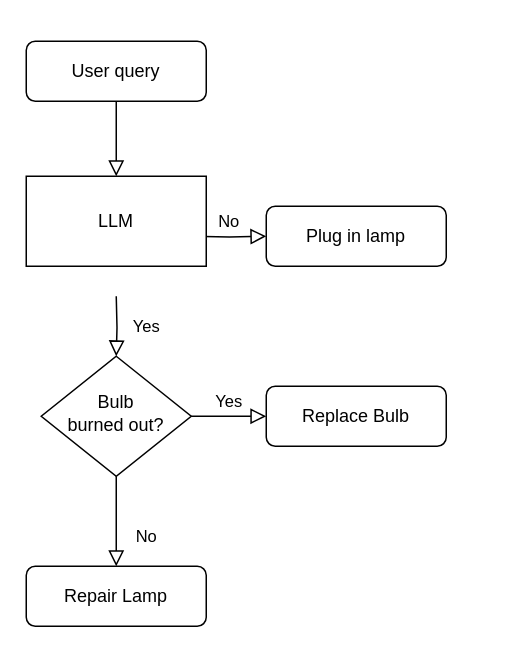
This is rag.drawio from loliTerrorist/shoppingHelper, a draw.io file, before an edit. Source tidied: cells renumbered, new cells numbered last; positions are measured from the earlier drawing's top-left corner, leaving out a move shared by most shapes. Both pictures are drawn from the tidied source at 150%, with x=0, y=0 at pixel (26, 40).
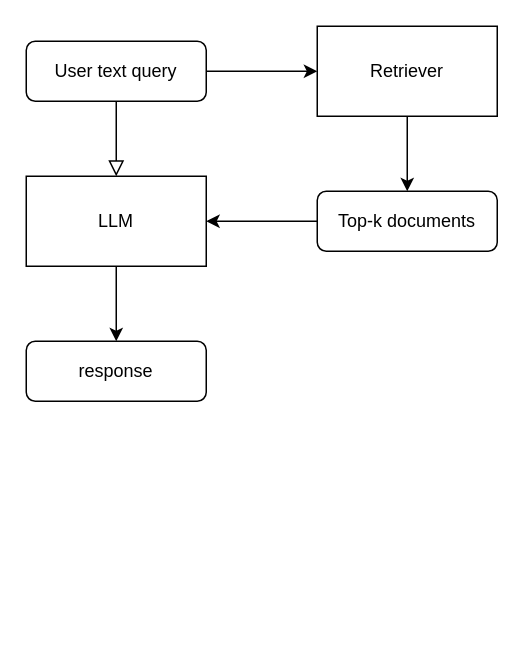
After the change.

Diff of the diagram source:
```diff
@@
 <mxGraphModel>
   <root>
     <mxCell id="0" />
     <mxCell id="1" parent="0" />
     <mxCell id="2" style="rounded=0;html=1;jettySize=auto;fontSize=11;endArrow=block;endFill=0;endSize=8;strokeWidth=1;shadow=0;labelBackgroundColor=none;edgeStyle=orthogonalEdgeStyle;" parent="1" edge="1" source="3">
       <mxGeometry relative="1" as="geometry">
         <mxPoint x="60" y="90" as="targetPoint" />
       </mxGeometry>
     </mxCell>
-    <mxCell id="3" value="User query" style="rounded=1;whiteSpace=wrap;html=1;fontSize=12;glass=0;strokeWidth=1;shadow=0;" parent="1" vertex="1">
+    <mxCell id="3" value="User text query" style="rounded=1;whiteSpace=wrap;html=1;fontSize=12;glass=0;strokeWidth=1;shadow=0;" parent="1" vertex="1">
       <mxGeometry width="120" height="40" as="geometry" />
     </mxCell>
-    <mxCell id="4" value="Yes" style="rounded=0;html=1;jettySize=auto;fontSize=11;endArrow=block;endFill=0;endSize=8;strokeWidth=1;shadow=0;labelBackgroundColor=none;edgeStyle=orthogonalEdgeStyle;" parent="1" edge="1" target="9">
-      <mxGeometry y="20" relative="1" as="geometry">
-        <mxPoint x="60" y="170" as="sourcePoint" />
-      </mxGeometry>
-    </mxCell>
-    <mxCell id="5" value="No" style="edgeStyle=orthogonalEdgeStyle;rounded=0;html=1;jettySize=auto;fontSize=11;endArrow=block;endFill=0;endSize=8;strokeWidth=1;shadow=0;labelBackgroundColor=none;" parent="1" edge="1" target="6">
-      <mxGeometry y="10" relative="1" as="geometry">
-        <mxPoint x="110" y="130" as="sourcePoint" />
-      </mxGeometry>
-    </mxCell>
+    <mxCell id="13" style="edgeStyle=orthogonalEdgeStyle;rounded=0;jettySize=auto;html=1;" parent="1" edge="1" source="6" target="12">
+      <mxGeometry relative="1" as="geometry" />
+    </mxCell>
-    <mxCell id="6" value="Plug in lamp" style="rounded=1;whiteSpace=wrap;html=1;fontSize=12;glass=0;strokeWidth=1;shadow=0;" parent="1" vertex="1">
-      <mxGeometry x="160" y="110" width="120" height="40" as="geometry" />
+    <mxCell id="6" value="Top-k documents" style="rounded=1;whiteSpace=wrap;html=1;fontSize=12;glass=0;strokeWidth=1;shadow=0;" parent="1" vertex="1">
+      <mxGeometry x="194" y="100" width="120" height="40" as="geometry" />
     </mxCell>
-    <mxCell id="7" value="No" style="rounded=0;html=1;jettySize=auto;fontSize=11;endArrow=block;endFill=0;endSize=8;strokeWidth=1;shadow=0;labelBackgroundColor=none;edgeStyle=orthogonalEdgeStyle;" parent="1" edge="1" source="9" target="10">
-      <mxGeometry x="0.33" y="20" relative="1" as="geometry" />
-    </mxCell>
-    <mxCell id="8" value="Yes" style="edgeStyle=orthogonalEdgeStyle;rounded=0;html=1;jettySize=auto;fontSize=11;endArrow=block;endFill=0;endSize=8;strokeWidth=1;shadow=0;labelBackgroundColor=none;" parent="1" edge="1" source="9" target="11">
-      <mxGeometry y="10" relative="1" as="geometry" />
-    </mxCell>
-    <mxCell id="9" value="Bulb&lt;br&gt;burned out?" style="rhombus;whiteSpace=wrap;html=1;shadow=0;fontFamily=Helvetica;fontSize=12;align=center;strokeWidth=1;spacing=6;spacingTop=-4;" parent="1" vertex="1">
-      <mxGeometry x="10" y="210" width="100" height="80" as="geometry" />
-    </mxCell>
-    <mxCell id="10" value="Repair Lamp" style="rounded=1;whiteSpace=wrap;html=1;fontSize=12;glass=0;strokeWidth=1;shadow=0;" parent="1" vertex="1">
-      <mxGeometry y="350" width="120" height="40" as="geometry" />
+    <mxCell id="10" value="response" style="rounded=1;whiteSpace=wrap;html=1;fontSize=12;glass=0;strokeWidth=1;shadow=0;" parent="1" vertex="1">
+      <mxGeometry y="200" width="120" height="40" as="geometry" />
     </mxCell>
-    <mxCell id="11" value="Replace Bulb" style="rounded=1;whiteSpace=wrap;html=1;fontSize=12;glass=0;strokeWidth=1;shadow=0;" parent="1" vertex="1">
-      <mxGeometry x="160" y="230" width="120" height="40" as="geometry" />
-    </mxCell>
+    <mxCell id="14" style="edgeStyle=orthogonalEdgeStyle;rounded=0;jettySize=auto;html=1;" parent="1" edge="1" source="12" target="10">
+      <mxGeometry relative="1" as="geometry" />
+    </mxCell>
     <mxCell id="12" value="LLM" style="rounded=0;whiteSpace=wrap;html=1;" parent="1" vertex="1">
       <mxGeometry y="90" width="120" height="60" as="geometry" />
     </mxCell>
+    <mxCell id="15" style="edgeStyle=orthogonalEdgeStyle;rounded=0;jettySize=auto;html=1;exitX=0.5;exitY=1;exitDx=0;exitDy=0;entryX=0.5;entryY=0;entryDx=0;entryDy=0;" parent="1" edge="1" source="16" target="6">
+      <mxGeometry relative="1" as="geometry" />
+    </mxCell>
+    <mxCell id="16" value="Retriever" style="rounded=0;whiteSpace=wrap;html=1;" parent="1" vertex="1">
+      <mxGeometry x="194" y="-10" width="120" height="60" as="geometry" />
+    </mxCell>
+    <mxCell id="17" style="endArrow=classic;html=1;rounded=0;exitX=1;exitY=0.5;exitDx=0;exitDy=0;entryX=0;entryY=0.5;entryDx=0;entryDy=0;" parent="1" edge="1" source="3" target="16">
+      <mxGeometry relative="1" as="geometry" />
+    </mxCell>
   </root>
 </mxGraphModel>
```
